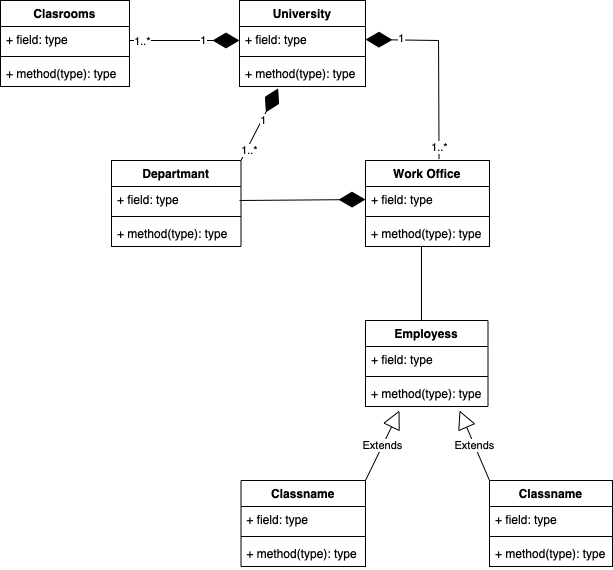
Earlier version of the draw.io export Ödev - Üniversite Yönetim Sistemi.png (kamilcal/Patika-OOP). Source tidied: cells renumbered, new cells last; positions are measured from the earlier drawing's top-left corner, leaving out a move shared by most shapes. Its diagram source:
```xml
<mxGraphModel>
  <root>
    <mxCell id="0" />
    <mxCell id="1" parent="0" />
    <mxCell id="2" value="University" style="swimlane;fontStyle=1;align=center;verticalAlign=top;horizontal=1;startSize=26;" parent="1" vertex="1">
      <mxGeometry x="239" width="126" height="86" as="geometry" />
    </mxCell>
    <mxCell id="3" value="+ field: type" style="text;strokeColor=none;fillColor=none;align=left;verticalAlign=top;spacingLeft=4;spacingRight=4;overflow=hidden;points=[[0,0.5],[1,0.5]];portConstraint=eastwest;" parent="2" vertex="1">
      <mxGeometry y="26" width="126" height="26" as="geometry" />
    </mxCell>
    <mxCell id="4" style="line;strokeWidth=1;fillColor=none;align=left;verticalAlign=middle;spacingTop=-1;spacingLeft=3;spacingRight=3;labelPosition=right;strokeColor=inherit;" parent="2" vertex="1">
      <mxGeometry y="52" width="126" height="8" as="geometry" />
    </mxCell>
    <mxCell id="5" value="+ method(type): type" style="text;strokeColor=none;fillColor=none;align=left;verticalAlign=top;spacingLeft=4;spacingRight=4;overflow=hidden;points=[[0,0.5],[1,0.5]];portConstraint=eastwest;" parent="2" vertex="1">
      <mxGeometry y="60" width="126" height="26" as="geometry" />
    </mxCell>
    <mxCell id="6" value="Clasrooms" style="swimlane;fontStyle=1;align=center;verticalAlign=top;horizontal=1;startSize=26;" parent="1" vertex="1">
      <mxGeometry width="129" height="86" as="geometry" />
    </mxCell>
    <mxCell id="7" value="+ field: type" style="text;strokeColor=none;fillColor=none;align=left;verticalAlign=top;spacingLeft=4;spacingRight=4;overflow=hidden;" parent="6" vertex="1">
      <mxGeometry y="26" width="129" height="26" as="geometry" />
    </mxCell>
    <mxCell id="8" style="line;strokeWidth=1;fillColor=none;align=left;verticalAlign=middle;spacingTop=-1;spacingLeft=3;spacingRight=3;labelPosition=right;strokeColor=inherit;" parent="6" vertex="1">
      <mxGeometry y="52" width="129" height="8" as="geometry" />
    </mxCell>
    <mxCell id="9" value="+ method(type): type" style="text;strokeColor=none;fillColor=none;align=left;verticalAlign=top;spacingLeft=4;spacingRight=4;overflow=hidden;" parent="6" vertex="1">
      <mxGeometry y="60" width="129" height="26" as="geometry" />
    </mxCell>
    <mxCell id="10" value="Departmant" style="swimlane;fontStyle=1;align=center;verticalAlign=top;horizontal=1;startSize=26;" parent="1" vertex="1">
      <mxGeometry x="111" y="160" width="129.5" height="86" as="geometry" />
    </mxCell>
    <mxCell id="11" value="+ field: type" style="text;strokeColor=none;fillColor=none;align=left;verticalAlign=top;spacingLeft=4;spacingRight=4;overflow=hidden;" parent="10" vertex="1">
      <mxGeometry y="26" width="129.5" height="26" as="geometry" />
    </mxCell>
    <mxCell id="12" style="line;strokeWidth=1;fillColor=none;align=left;verticalAlign=middle;spacingTop=-1;spacingLeft=3;spacingRight=3;labelPosition=right;strokeColor=inherit;" parent="10" vertex="1">
      <mxGeometry y="52" width="129.5" height="8" as="geometry" />
    </mxCell>
    <mxCell id="13" value="+ method(type): type" style="text;strokeColor=none;fillColor=none;align=left;verticalAlign=top;spacingLeft=4;spacingRight=4;overflow=hidden;" parent="10" vertex="1">
      <mxGeometry y="60" width="129.5" height="26" as="geometry" />
    </mxCell>
    <mxCell id="14" value="Employess" style="swimlane;fontStyle=1;align=center;verticalAlign=top;horizontal=1;startSize=26;" parent="1" vertex="1">
      <mxGeometry x="365" y="320" width="122.5" height="86" as="geometry" />
    </mxCell>
    <mxCell id="15" value="+ field: type" style="text;strokeColor=none;fillColor=none;align=left;verticalAlign=top;spacingLeft=4;spacingRight=4;overflow=hidden;" parent="14" vertex="1">
      <mxGeometry y="26" width="122.5" height="26" as="geometry" />
    </mxCell>
    <mxCell id="16" style="line;strokeWidth=1;fillColor=none;align=left;verticalAlign=middle;spacingTop=-1;spacingLeft=3;spacingRight=3;labelPosition=right;strokeColor=inherit;" parent="14" vertex="1">
      <mxGeometry y="52" width="122.5" height="8" as="geometry" />
    </mxCell>
    <mxCell id="17" value="+ method(type): type" style="text;strokeColor=none;fillColor=none;align=left;verticalAlign=top;spacingLeft=4;spacingRight=4;overflow=hidden;" parent="14" vertex="1">
      <mxGeometry y="60" width="122.5" height="26" as="geometry" />
    </mxCell>
    <mxCell id="18" style="edgeStyle=orthogonalEdgeStyle;rounded=0;jettySize=auto;html=1;strokeWidth=1;startArrow=none;startFill=0;endArrow=none;endFill=0;targetPerimeterSpacing=-1;exitX=0.472;exitY=0.995;exitDx=0;exitDy=0;exitPerimeter=0;entryX=0.5;entryY=0;entryDx=0;entryDy=0;" parent="1" edge="1" source="22" target="14">
      <mxGeometry relative="1" as="geometry">
        <Array as="points">
          <mxPoint x="421" y="320" />
        </Array>
      </mxGeometry>
    </mxCell>
    <mxCell id="19" value="Work Office" style="swimlane;fontStyle=1;align=center;verticalAlign=top;horizontal=1;startSize=26;" parent="1" vertex="1">
      <mxGeometry x="365" y="160" width="124" height="86" as="geometry" />
    </mxCell>
    <mxCell id="20" value="+ field: type" style="text;strokeColor=none;fillColor=none;align=left;verticalAlign=top;spacingLeft=4;spacingRight=4;overflow=hidden;points=[[0,0.5],[1,0.5]];portConstraint=eastwest;" parent="19" vertex="1">
      <mxGeometry y="26" width="124" height="26" as="geometry" />
    </mxCell>
    <mxCell id="21" style="line;strokeWidth=1;fillColor=none;align=left;verticalAlign=middle;spacingTop=-1;spacingLeft=3;spacingRight=3;labelPosition=right;strokeColor=inherit;" parent="19" vertex="1">
      <mxGeometry y="52" width="124" height="8" as="geometry" />
    </mxCell>
    <mxCell id="22" value="+ method(type): type" style="text;strokeColor=none;fillColor=none;align=left;verticalAlign=top;spacingLeft=4;spacingRight=4;overflow=hidden;points=[[0,0.5],[1,0.5]];portConstraint=eastwest;" parent="19" vertex="1">
      <mxGeometry y="60" width="124" height="26" as="geometry" />
    </mxCell>
    <mxCell id="23" value="Classname" style="swimlane;fontStyle=1;align=center;verticalAlign=top;horizontal=1;startSize=26;" parent="1" vertex="1">
      <mxGeometry x="489" y="480" width="123" height="86" as="geometry" />
    </mxCell>
    <mxCell id="24" value="+ field: type" style="text;strokeColor=none;fillColor=none;align=left;verticalAlign=top;spacingLeft=4;spacingRight=4;overflow=hidden;" parent="23" vertex="1">
      <mxGeometry y="26" width="123" height="26" as="geometry" />
    </mxCell>
    <mxCell id="25" style="line;strokeWidth=1;fillColor=none;align=left;verticalAlign=middle;spacingTop=-1;spacingLeft=3;spacingRight=3;labelPosition=right;strokeColor=inherit;" parent="23" vertex="1">
      <mxGeometry y="52" width="123" height="8" as="geometry" />
    </mxCell>
    <mxCell id="26" value="+ method(type): type" style="text;strokeColor=none;fillColor=none;align=left;verticalAlign=top;spacingLeft=4;spacingRight=4;overflow=hidden;" parent="23" vertex="1">
      <mxGeometry y="60" width="123" height="26" as="geometry" />
    </mxCell>
    <mxCell id="27" value="Classname" style="swimlane;fontStyle=1;align=center;verticalAlign=top;horizontal=1;startSize=26;" parent="1" vertex="1">
      <mxGeometry x="240.5" y="480" width="124.5" height="86" as="geometry" />
    </mxCell>
    <mxCell id="28" value="+ field: type" style="text;strokeColor=none;fillColor=none;align=left;verticalAlign=top;spacingLeft=4;spacingRight=4;overflow=hidden;" parent="27" vertex="1">
      <mxGeometry y="26" width="124.5" height="26" as="geometry" />
    </mxCell>
    <mxCell id="29" style="line;strokeWidth=1;fillColor=none;align=left;verticalAlign=middle;spacingTop=-1;spacingLeft=3;spacingRight=3;labelPosition=right;strokeColor=inherit;" parent="27" vertex="1">
      <mxGeometry y="52" width="124.5" height="8" as="geometry" />
    </mxCell>
    <mxCell id="30" value="+ method(type): type" style="text;strokeColor=none;fillColor=none;align=left;verticalAlign=top;spacingLeft=4;spacingRight=4;overflow=hidden;" parent="27" vertex="1">
      <mxGeometry y="60" width="124.5" height="26" as="geometry" />
    </mxCell>
    <mxCell id="31" value="Extends" style="endArrow=block;endSize=16;endFill=0;html=1;rounded=0;exitX=1;exitY=0;exitDx=0;exitDy=0;" parent="1" edge="1" source="27">
      <mxGeometry relative="1" as="geometry">
        <mxPoint x="399" y="410" as="targetPoint" />
      </mxGeometry>
    </mxCell>
    <mxCell id="32" value="Extends" style="endArrow=block;endSize=16;endFill=0;html=1;rounded=0;exitX=0;exitY=0;exitDx=0;exitDy=0;" parent="1" edge="1" source="23">
      <mxGeometry relative="1" as="geometry">
        <mxPoint x="459" y="410" as="targetPoint" />
      </mxGeometry>
    </mxCell>
    <mxCell id="33" style="endArrow=diamondThin;endFill=1;endSize=24;html=1;rounded=0;strokeWidth=1;targetPerimeterSpacing=-1;" parent="1" edge="1">
      <mxGeometry relative="1" as="geometry">
        <mxPoint x="129" y="40" as="sourcePoint" />
        <mxPoint x="239" y="40" as="targetPoint" />
      </mxGeometry>
    </mxCell>
    <mxCell id="34" value="1..*" style="edgeLabel;html=1;align=center;verticalAlign=middle;" parent="33" vertex="1">
      <mxGeometry x="-0.78" y="1" relative="1" as="geometry">
        <mxPoint y="1" as="offset" />
      </mxGeometry>
    </mxCell>
    <mxCell id="35" value="1" style="edgeLabel;html=1;align=center;verticalAlign=middle;" parent="33" vertex="1">
      <mxGeometry x="0.32" y="1" relative="1" as="geometry" />
    </mxCell>
    <mxCell id="36" style="endArrow=diamondThin;endFill=1;endSize=24;html=1;rounded=0;strokeWidth=1;targetPerimeterSpacing=-1;exitX=1;exitY=0;exitDx=0;exitDy=0;entryX=0.307;entryY=1.071;entryDx=0;entryDy=0;entryPerimeter=0;" parent="1" edge="1" source="10" target="5">
      <mxGeometry relative="1" as="geometry" />
    </mxCell>
    <mxCell id="37" value="1..*" style="edgeLabel;html=1;align=center;verticalAlign=middle;" parent="36" vertex="1">
      <mxGeometry x="-0.69" y="-2" relative="1" as="geometry" />
    </mxCell>
    <mxCell id="38" value="1" style="edgeLabel;html=1;align=center;verticalAlign=middle;" parent="36" vertex="1">
      <mxGeometry x="0.14" y="-1" relative="1" as="geometry" />
    </mxCell>
    <mxCell id="39" style="endArrow=diamondThin;endFill=1;endSize=24;html=1;rounded=0;strokeWidth=1;targetPerimeterSpacing=-1;exitX=0.593;exitY=-0.016;exitDx=0;exitDy=0;entryX=1;entryY=0.5;entryDx=0;entryDy=0;exitPerimeter=0;" parent="1" edge="1" source="19" target="3">
      <mxGeometry relative="1" as="geometry">
        <Array as="points">
          <mxPoint x="438" y="40" />
        </Array>
      </mxGeometry>
    </mxCell>
    <mxCell id="40" value="1" style="edgeLabel;html=1;align=center;verticalAlign=middle;" parent="39" vertex="1">
      <mxGeometry x="0.63" y="-2" relative="1" as="geometry" />
    </mxCell>
    <mxCell id="41" value="1..*" style="edgeLabel;html=1;align=center;verticalAlign=middle;" parent="39" vertex="1">
      <mxGeometry x="-0.88" relative="1" as="geometry" />
    </mxCell>
    <mxCell id="42" style="endArrow=diamondThin;endFill=1;endSize=24;html=1;rounded=0;strokeWidth=1;targetPerimeterSpacing=-1;entryX=0;entryY=0.5;entryDx=0;entryDy=0;" parent="1" edge="1" target="20">
      <mxGeometry relative="1" as="geometry">
        <mxPoint x="239" y="200" as="sourcePoint" />
      </mxGeometry>
    </mxCell>
  </root>
</mxGraphModel>
```
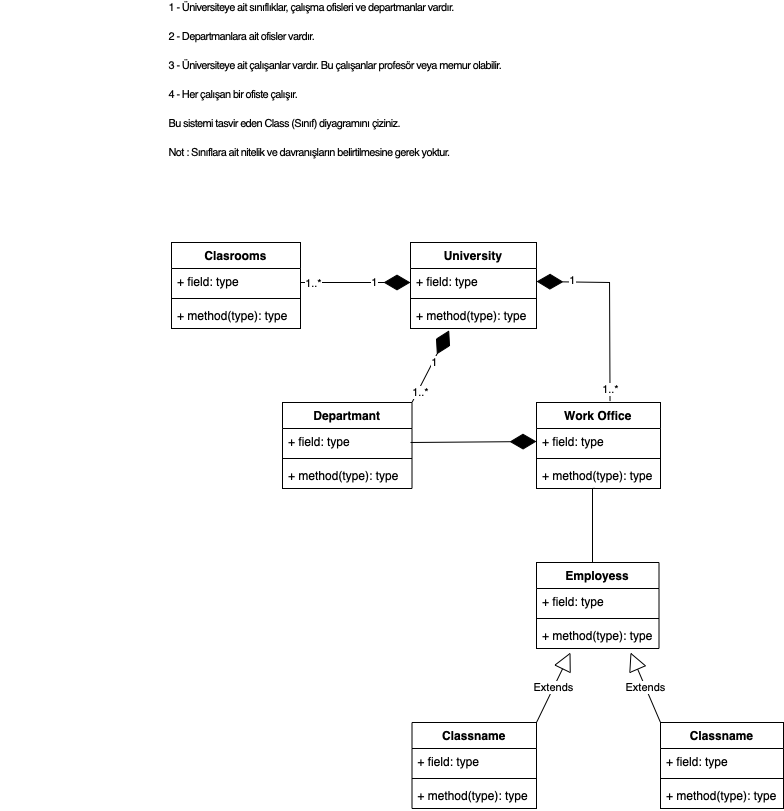
After the commit.

Commit message:
University Management System.png

Change to the diagram source:
```diff
@@ -144,5 +144,8 @@
         <mxPoint x="239" y="200" as="sourcePoint" />
       </mxGeometry>
     </mxCell>
+    <mxCell id="43" value="&lt;p style=&quot;font-size: 11px; box-sizing: border-box; margin-top: 0px; margin-bottom: 1rem; font-family: Nunito, sans-serif; letter-spacing: -0.6399999856948853px; text-align: left;&quot;&gt;1 - Üniversiteye ait sınıflıklar, çalışma ofisleri ve departmanlar vardır.&lt;/p&gt;&lt;p style=&quot;font-size: 11px; box-sizing: border-box; margin-top: 0px; margin-bottom: 1rem; font-family: Nunito, sans-serif; letter-spacing: -0.6399999856948853px; text-align: left;&quot;&gt;2 - Departmanlara ait ofisler vardır.&lt;/p&gt;&lt;p style=&quot;font-size: 11px; box-sizing: border-box; margin-top: 0px; margin-bottom: 1rem; font-family: Nunito, sans-serif; letter-spacing: -0.6399999856948853px; text-align: left;&quot;&gt;3 - Üniversiteye ait çalışanlar vardır. Bu çalışanlar profesör veya memur olabilir.&lt;/p&gt;&lt;p style=&quot;font-size: 11px; box-sizing: border-box; margin-top: 0px; margin-bottom: 1rem; font-family: Nunito, sans-serif; letter-spacing: -0.6399999856948853px; text-align: left;&quot;&gt;4 - Her çalışan bir ofiste çalışır.&lt;/p&gt;&lt;p style=&quot;font-size: 11px; box-sizing: border-box; margin-top: 0px; margin-bottom: 1rem; font-family: Nunito, sans-serif; letter-spacing: -0.6399999856948853px; text-align: left;&quot;&gt;Bu sistemi tasvir eden Class (Sınıf) diyagramını çiziniz.&lt;/p&gt;&lt;p style=&quot;font-size: 11px; box-sizing: border-box; margin-top: 0px; margin-bottom: 1rem; font-family: Nunito, sans-serif; letter-spacing: -0.6399999856948853px; text-align: left;&quot;&gt;Not : Sınıflara ait nitelik ve davranışların belirtilmesine gerek yoktur.&lt;/p&gt;" style="text;html=1;strokeColor=none;fillColor=none;align=center;verticalAlign=middle;whiteSpace=wrap;rounded=0;fontSize=11;" parent="1" vertex="1">
+      <mxGeometry x="-171" y="-170" width="670" height="30" as="geometry" />
+    </mxCell>
   </root>
 </mxGraphModel>
```
